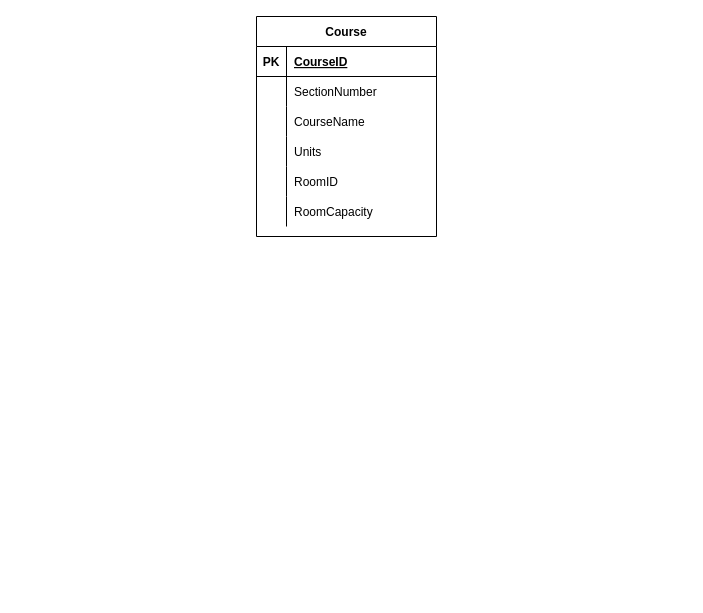
Earlier version of the draw.io diagram Week5 ERD Diagram.drawio (iotrobot/socket). Source tidied: cells renumbered, new cells numbered last; positions are measured from the earlier drawing's top-left corner, leaving out a move shared by most shapes. Both pictures are drawn from the tidied source at 100%, with x=0, y=0 at pixel (256, 16).
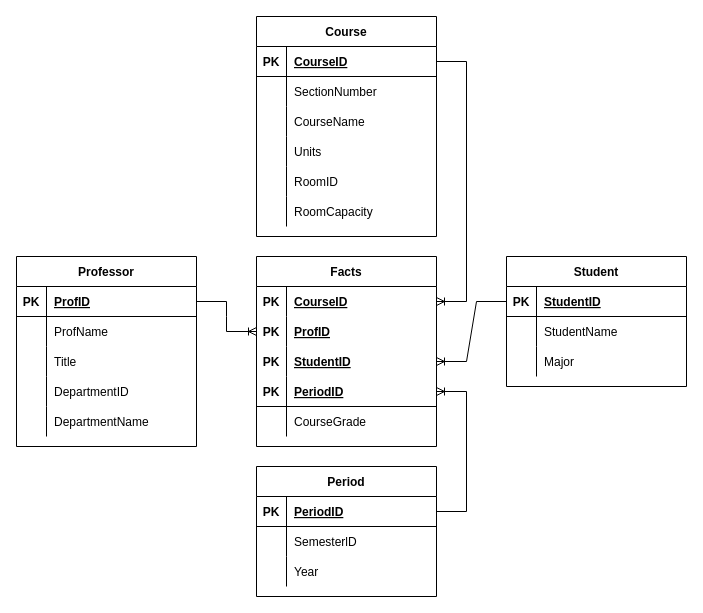
The same diagram, later.

The change refers to these unchanged cells:
```xml
<mxCell id="3" style="shape=tableRow;horizontal=0;startSize=0;swimlaneHead=0;swimlaneBody=0;fillColor=none;points=[[0,0.5],[1,0.5]];portConstraint=eastwest;top=0;left=0;right=0;bottom=1;" parent="2" vertex="1">
  <mxGeometry y="30" width="180" height="30" as="geometry" />
</mxCell>
```

Diff of the diagram source:
```diff
@@
+    <mxCell id="21" value="Student" style="shape=table;startSize=30;childLayout=tableLayout;rowLines=0;fontStyle=1;align=center;" parent="1" vertex="1">
+      <mxGeometry x="250" y="240" width="180" height="130" as="geometry" />
+    </mxCell>
+    <mxCell id="22" style="shape=tableRow;horizontal=0;startSize=0;swimlaneHead=0;swimlaneBody=0;fillColor=none;points=[[0,0.5],[1,0.5]];portConstraint=eastwest;top=0;left=0;right=0;bottom=1;" parent="21" vertex="1">
+      <mxGeometry y="30" width="180" height="30" as="geometry" />
+    </mxCell>
+    <mxCell id="23" value="PK" style="shape=partialRectangle;fillColor=none;top=0;left=0;bottom=0;right=0;fontStyle=1;overflow=hidden;" parent="22" vertex="1">
+      <mxGeometry width="30" height="30" as="geometry" />
+    </mxCell>
+    <mxCell id="24" value="StudentID" style="shape=partialRectangle;fillColor=none;top=0;left=0;bottom=0;right=0;align=left;spacingLeft=6;fontStyle=5;overflow=hidden;" parent="22" vertex="1">
+      <mxGeometry x="30" width="150" height="30" as="geometry" />
+    </mxCell>
+    <mxCell id="25" style="shape=tableRow;horizontal=0;startSize=0;swimlaneHead=0;swimlaneBody=0;fillColor=none;top=0;left=0;right=0;bottom=0;" parent="21" vertex="1">
+      <mxGeometry y="60" width="180" height="30" as="geometry" />
+    </mxCell>
+    <mxCell id="26" style="shape=partialRectangle;fillColor=none;top=0;left=0;bottom=0;right=0;overflow=hidden;" parent="25" vertex="1">
+      <mxGeometry width="30" height="30" as="geometry" />
+    </mxCell>
+    <mxCell id="27" value="StudentName" style="shape=partialRectangle;fillColor=none;top=0;left=0;bottom=0;right=0;align=left;spacingLeft=6;overflow=hidden;" parent="25" vertex="1">
+      <mxGeometry x="30" width="150" height="30" as="geometry" />
+    </mxCell>
+    <mxCell id="28" style="shape=tableRow;horizontal=0;startSize=0;swimlaneHead=0;swimlaneBody=0;fillColor=none;top=0;left=0;right=0;bottom=0;" parent="21" vertex="1">
+      <mxGeometry y="90" width="180" height="30" as="geometry" />
+    </mxCell>
+    <mxCell id="29" style="shape=partialRectangle;fillColor=none;top=0;left=0;bottom=0;right=0;overflow=hidden;" parent="28" vertex="1">
+      <mxGeometry width="30" height="30" as="geometry" />
+    </mxCell>
+    <mxCell id="30" value="Major" style="shape=partialRectangle;fillColor=none;top=0;left=0;bottom=0;right=0;align=left;spacingLeft=6;overflow=hidden;" parent="28" vertex="1">
+      <mxGeometry x="30" width="150" height="30" as="geometry" />
+    </mxCell>
+    <mxCell id="31" value="Professor" style="shape=table;startSize=30;childLayout=tableLayout;rowLines=0;fontStyle=1;align=center;" parent="1" vertex="1">
+      <mxGeometry x="-240" y="240" width="180" height="190" as="geometry" />
+    </mxCell>
+    <mxCell id="32" style="shape=tableRow;horizontal=0;startSize=0;swimlaneHead=0;swimlaneBody=0;fillColor=none;points=[[0,0.5],[1,0.5]];portConstraint=eastwest;top=0;left=0;right=0;bottom=1;" parent="31" vertex="1">
+      <mxGeometry y="30" width="180" height="30" as="geometry" />
+    </mxCell>
+    <mxCell id="33" value="PK" style="shape=partialRectangle;fillColor=none;top=0;left=0;bottom=0;right=0;fontStyle=1;overflow=hidden;" parent="32" vertex="1">
+      <mxGeometry width="30" height="30" as="geometry" />
+    </mxCell>
+    <mxCell id="34" value="ProfID" style="shape=partialRectangle;fillColor=none;top=0;left=0;bottom=0;right=0;align=left;spacingLeft=6;fontStyle=5;overflow=hidden;" parent="32" vertex="1">
+      <mxGeometry x="30" width="150" height="30" as="geometry" />
+    </mxCell>
+    <mxCell id="35" style="shape=tableRow;horizontal=0;startSize=0;swimlaneHead=0;swimlaneBody=0;fillColor=none;top=0;left=0;right=0;bottom=0;" parent="31" vertex="1">
+      <mxGeometry y="60" width="180" height="30" as="geometry" />
+    </mxCell>
+    <mxCell id="36" style="shape=partialRectangle;fillColor=none;top=0;left=0;bottom=0;right=0;overflow=hidden;" parent="35" vertex="1">
+      <mxGeometry width="30" height="30" as="geometry" />
+    </mxCell>
+    <mxCell id="37" value="ProfName" style="shape=partialRectangle;fillColor=none;top=0;left=0;bottom=0;right=0;align=left;spacingLeft=6;overflow=hidden;" parent="35" vertex="1">
+      <mxGeometry x="30" width="150" height="30" as="geometry" />
+    </mxCell>
+    <mxCell id="38" style="shape=tableRow;horizontal=0;startSize=0;swimlaneHead=0;swimlaneBody=0;fillColor=none;top=0;left=0;right=0;bottom=0;" parent="31" vertex="1">
+      <mxGeometry y="90" width="180" height="30" as="geometry" />
+    </mxCell>
+    <mxCell id="39" style="shape=partialRectangle;fillColor=none;top=0;left=0;bottom=0;right=0;overflow=hidden;" parent="38" vertex="1">
+      <mxGeometry width="30" height="30" as="geometry" />
+    </mxCell>
+    <mxCell id="40" value="Title" style="shape=partialRectangle;fillColor=none;top=0;left=0;bottom=0;right=0;align=left;spacingLeft=6;overflow=hidden;" parent="38" vertex="1">
+      <mxGeometry x="30" width="150" height="30" as="geometry" />
+    </mxCell>
+    <mxCell id="41" style="shape=tableRow;horizontal=0;startSize=0;swimlaneHead=0;swimlaneBody=0;fillColor=none;top=0;left=0;right=0;bottom=0;" parent="31" vertex="1">
+      <mxGeometry y="120" width="180" height="30" as="geometry" />
+    </mxCell>
+    <mxCell id="42" style="shape=partialRectangle;fillColor=none;top=0;left=0;bottom=0;right=0;overflow=hidden;" parent="41" vertex="1">
+      <mxGeometry width="30" height="30" as="geometry" />
+    </mxCell>
+    <mxCell id="43" value="DepartmentID" style="shape=partialRectangle;fillColor=none;top=0;left=0;bottom=0;right=0;align=left;spacingLeft=6;overflow=hidden;" parent="41" vertex="1">
+      <mxGeometry x="30" width="150" height="30" as="geometry" />
+    </mxCell>
+    <mxCell id="44" style="shape=tableRow;horizontal=0;startSize=0;swimlaneHead=0;swimlaneBody=0;fillColor=none;top=0;left=0;right=0;bottom=0;" parent="31" vertex="1">
+      <mxGeometry y="150" width="180" height="30" as="geometry" />
+    </mxCell>
+    <mxCell id="45" style="shape=partialRectangle;fillColor=none;top=0;left=0;bottom=0;right=0;overflow=hidden;" parent="44" vertex="1">
+      <mxGeometry width="30" height="30" as="geometry" />
+    </mxCell>
+    <mxCell id="46" value="DepartmentName" style="shape=partialRectangle;fillColor=none;top=0;left=0;bottom=0;right=0;align=left;spacingLeft=6;overflow=hidden;" parent="44" vertex="1">
+      <mxGeometry x="30" width="150" height="30" as="geometry" />
+    </mxCell>
+    <mxCell id="47" value="Period" style="shape=table;startSize=30;childLayout=tableLayout;rowLines=0;fontStyle=1;align=center;" parent="1" vertex="1">
+      <mxGeometry y="450" width="180" height="130" as="geometry" />
+    </mxCell>
+    <mxCell id="48" style="shape=tableRow;horizontal=0;startSize=0;swimlaneHead=0;swimlaneBody=0;fillColor=none;points=[[0,0.5],[1,0.5]];portConstraint=eastwest;top=0;left=0;right=0;bottom=1;" parent="47" vertex="1">
+      <mxGeometry y="30" width="180" height="30" as="geometry" />
+    </mxCell>
+    <mxCell id="49" value="PK" style="shape=partialRectangle;fillColor=none;top=0;left=0;bottom=0;right=0;fontStyle=1;overflow=hidden;" parent="48" vertex="1">
+      <mxGeometry width="30" height="30" as="geometry" />
+    </mxCell>
+    <mxCell id="50" value="PeriodID" style="shape=partialRectangle;fillColor=none;top=0;left=0;bottom=0;right=0;align=left;spacingLeft=6;fontStyle=5;overflow=hidden;" parent="48" vertex="1">
+      <mxGeometry x="30" width="150" height="30" as="geometry" />
+    </mxCell>
+    <mxCell id="51" style="shape=tableRow;horizontal=0;startSize=0;swimlaneHead=0;swimlaneBody=0;fillColor=none;top=0;left=0;right=0;bottom=0;" parent="47" vertex="1">
+      <mxGeometry y="60" width="180" height="30" as="geometry" />
+    </mxCell>
+    <mxCell id="52" style="shape=partialRectangle;fillColor=none;top=0;left=0;bottom=0;right=0;overflow=hidden;" parent="51" vertex="1">
+      <mxGeometry width="30" height="30" as="geometry" />
+    </mxCell>
+    <mxCell id="53" value="SemesterlD" style="shape=partialRectangle;fillColor=none;top=0;left=0;bottom=0;right=0;align=left;spacingLeft=6;overflow=hidden;" parent="51" vertex="1">
+      <mxGeometry x="30" width="150" height="30" as="geometry" />
+    </mxCell>
+    <mxCell id="54" style="shape=tableRow;horizontal=0;startSize=0;swimlaneHead=0;swimlaneBody=0;fillColor=none;top=0;left=0;right=0;bottom=0;" parent="47" vertex="1">
+      <mxGeometry y="90" width="180" height="30" as="geometry" />
+    </mxCell>
+    <mxCell id="55" style="shape=partialRectangle;fillColor=none;top=0;left=0;bottom=0;right=0;overflow=hidden;" parent="54" vertex="1">
+      <mxGeometry width="30" height="30" as="geometry" />
+    </mxCell>
+    <mxCell id="56" value="Year" style="shape=partialRectangle;fillColor=none;top=0;left=0;bottom=0;right=0;align=left;spacingLeft=6;overflow=hidden;" parent="54" vertex="1">
+      <mxGeometry x="30" width="150" height="30" as="geometry" />
+    </mxCell>
+    <mxCell id="57" value="Facts" style="shape=table;startSize=30;childLayout=tableLayout;rowLines=0;fontStyle=1;align=center;" parent="1" vertex="1">
+      <mxGeometry y="240" width="180" height="190" as="geometry" />
+    </mxCell>
+    <mxCell id="58" style="shape=tableRow;horizontal=0;startSize=0;swimlaneHead=0;swimlaneBody=0;fillColor=none;points=[[0,0.5],[1,0.5]];portConstraint=eastwest;top=0;left=0;right=0;bottom=0;" parent="57" vertex="1">
+      <mxGeometry y="30" width="180" height="30" as="geometry" />
+    </mxCell>
+    <mxCell id="59" value="PK" style="shape=partialRectangle;fillColor=none;top=0;left=0;bottom=0;right=0;overflow=hidden;fontStyle=1;" parent="58" vertex="1">
+      <mxGeometry width="30" height="30" as="geometry" />
+    </mxCell>
+    <mxCell id="60" value="CourseID" style="shape=partialRectangle;fillColor=none;top=0;left=0;bottom=0;right=0;align=left;spacingLeft=6;overflow=hidden;fontStyle=5;" parent="58" vertex="1">
+      <mxGeometry x="30" width="150" height="30" as="geometry" />
+    </mxCell>
+    <mxCell id="61" style="shape=tableRow;horizontal=0;startSize=0;swimlaneHead=0;swimlaneBody=0;fillColor=none;points=[[0,0.5],[1,0.5]];portConstraint=eastwest;top=0;left=0;right=0;bottom=0;" parent="57" vertex="1">
+      <mxGeometry y="60" width="180" height="30" as="geometry" />
+    </mxCell>
+    <mxCell id="62" value="PK" style="shape=partialRectangle;fillColor=none;top=0;left=0;bottom=0;right=0;overflow=hidden;fontStyle=1;" parent="61" vertex="1">
+      <mxGeometry width="30" height="30" as="geometry" />
+    </mxCell>
+    <mxCell id="63" value="ProfID" style="shape=partialRectangle;fillColor=none;top=0;left=0;bottom=0;right=0;align=left;spacingLeft=6;overflow=hidden;fontStyle=5;" parent="61" vertex="1">
+      <mxGeometry x="30" width="150" height="30" as="geometry" />
+    </mxCell>
+    <mxCell id="64" style="shape=tableRow;horizontal=0;startSize=0;swimlaneHead=0;swimlaneBody=0;fillColor=none;points=[[0,0.5],[1,0.5]];portConstraint=eastwest;top=0;left=0;right=0;bottom=0;" parent="57" vertex="1">
+      <mxGeometry y="90" width="180" height="30" as="geometry" />
+    </mxCell>
+    <mxCell id="65" value="PK" style="shape=partialRectangle;fillColor=none;top=0;left=0;bottom=0;right=0;overflow=hidden;fontStyle=1;" parent="64" vertex="1">
+      <mxGeometry width="30" height="30" as="geometry" />
+    </mxCell>
+    <mxCell id="66" value="StudentID" style="shape=partialRectangle;fillColor=none;top=0;left=0;bottom=0;right=0;align=left;spacingLeft=6;overflow=hidden;fontStyle=5;" parent="64" vertex="1">
+      <mxGeometry x="30" width="150" height="30" as="geometry" />
+    </mxCell>
+    <mxCell id="67" style="shape=tableRow;horizontal=0;startSize=0;swimlaneHead=0;swimlaneBody=0;fillColor=none;points=[[0,0.5],[1,0.5]];portConstraint=eastwest;top=0;left=0;right=0;bottom=1;" parent="57" vertex="1">
+      <mxGeometry y="120" width="180" height="30" as="geometry" />
+    </mxCell>
+    <mxCell id="68" value="PK" style="shape=partialRectangle;fillColor=none;top=0;left=0;bottom=0;right=0;fontStyle=1;overflow=hidden;" parent="67" vertex="1">
+      <mxGeometry width="30" height="30" as="geometry" />
+    </mxCell>
+    <mxCell id="69" value="PeriodID" style="shape=partialRectangle;fillColor=none;top=0;left=0;bottom=0;right=0;align=left;spacingLeft=6;fontStyle=5;overflow=hidden;" parent="67" vertex="1">
+      <mxGeometry x="30" width="150" height="30" as="geometry" />
+    </mxCell>
+    <mxCell id="70" style="shape=tableRow;horizontal=0;startSize=0;swimlaneHead=0;swimlaneBody=0;fillColor=none;top=0;left=0;right=0;bottom=0;" parent="57" vertex="1">
+      <mxGeometry y="150" width="180" height="30" as="geometry" />
+    </mxCell>
+    <mxCell id="71" style="shape=partialRectangle;fillColor=none;top=0;left=0;bottom=0;right=0;overflow=hidden;" parent="70" vertex="1">
+      <mxGeometry width="30" height="30" as="geometry" />
+    </mxCell>
+    <mxCell id="72" value="CourseGrade" style="shape=partialRectangle;fillColor=none;top=0;left=0;bottom=0;right=0;align=left;spacingLeft=6;overflow=hidden;" parent="70" vertex="1">
+      <mxGeometry x="30" width="150" height="30" as="geometry" />
+    </mxCell>
+    <mxCell id="73" style="edgeStyle=entityRelationEdgeStyle;fontSize=12;html=1;endArrow=ERoneToMany;rounded=0;entryX=1;entryY=0.5;entryDx=0;entryDy=0;exitX=1;exitY=0.5;exitDx=0;exitDy=0;" parent="1" edge="1" source="3" target="58">
+      <mxGeometry relative="1" as="geometry" />
+    </mxCell>
+    <mxCell id="74" style="edgeStyle=entityRelationEdgeStyle;fontSize=12;html=1;endArrow=ERoneToMany;rounded=0;entryX=0;entryY=0.5;entryDx=0;entryDy=0;exitX=1;exitY=0.5;exitDx=0;exitDy=0;" parent="1" edge="1" source="32" target="61">
+      <mxGeometry relative="1" as="geometry" />
+    </mxCell>
+    <mxCell id="75" style="edgeStyle=entityRelationEdgeStyle;fontSize=12;html=1;endArrow=ERoneToMany;rounded=0;entryX=1;entryY=0.5;entryDx=0;entryDy=0;exitX=0;exitY=0.5;exitDx=0;exitDy=0;" parent="1" edge="1" source="22" target="64">
+      <mxGeometry relative="1" as="geometry" />
+    </mxCell>
+    <mxCell id="76" style="edgeStyle=entityRelationEdgeStyle;fontSize=12;html=1;endArrow=ERoneToMany;rounded=0;entryX=1;entryY=0.5;entryDx=0;entryDy=0;exitX=1;exitY=0.5;exitDx=0;exitDy=0;" parent="1" edge="1" source="48" target="67">
+      <mxGeometry relative="1" as="geometry" />
+    </mxCell>
```
